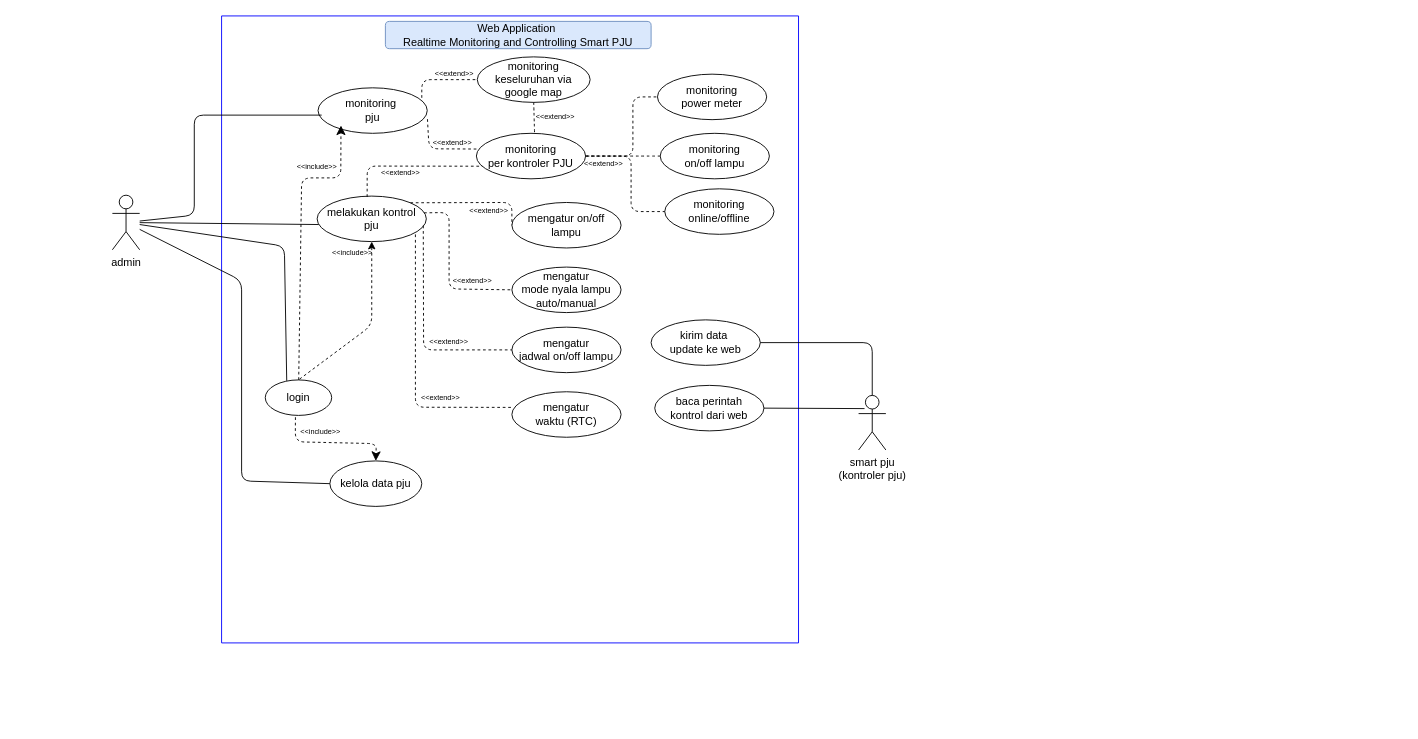
Earlier version of the draw.io diagram smart-pju.drawio (eenattayani/desain). Source tidied: cells renumbered, new cells numbered last; positions are measured from the earlier drawing's top-left corner, leaving out a move shared by most shapes. Both pictures are drawn from the tidied source at 91%, with x=0, y=0 at pixel (112, 15).
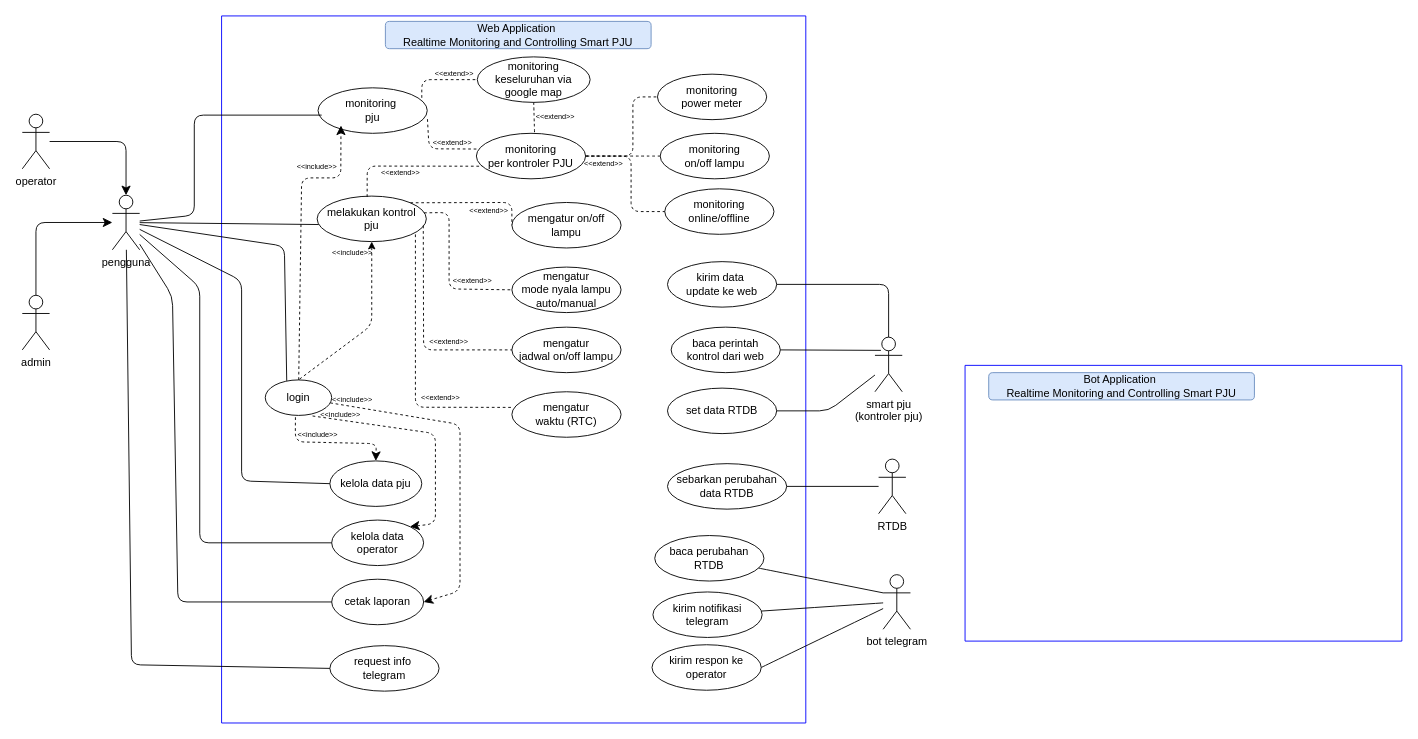
The same diagram, later.

Unchanged cells that the change refers to:
```xml
<mxCell id="4" value="login" style="ellipse;whiteSpace=wrap;html=1;" parent="2" vertex="1">
  <mxGeometry x="48" y="400" width="73" height="39" as="geometry" />
</mxCell>
```

The edit, as a diff of the source:
```diff
@@
     <mxCell id="2" style="swimlane;startSize=0;fillColor=#fff2cc;strokeColor=#0000FF;" parent="1" vertex="1">
-      <mxGeometry x="120" width="634" height="689" as="geometry" />
+      <mxGeometry x="120" width="642" height="777" as="geometry" />
     </mxCell>
@@
+    <mxCell id="53" style="edgeStyle=none;curved=0;rounded=1;jettySize=auto;html=1;entryX=1;entryY=0;entryDx=0;entryDy=0;fontSize=12;startSize=8;endSize=8;dashed=1;exitX=0.712;exitY=1.016;exitDx=0;exitDy=0;exitPerimeter=0;" parent="2" edge="1" source="4" target="56">
+      <mxGeometry relative="1" as="geometry">
+        <Array as="points">
+          <mxPoint x="235" y="459" />
+          <mxPoint x="235" y="558" />
+        </Array>
+      </mxGeometry>
+    </mxCell>
+    <mxCell id="54" style="edgeStyle=none;curved=0;rounded=1;jettySize=auto;html=1;entryX=1;entryY=0.5;entryDx=0;entryDy=0;fontSize=12;startSize=8;endSize=8;dashed=1;" parent="2" edge="1" source="4" target="57">
+      <mxGeometry relative="1" as="geometry">
+        <Array as="points">
+          <mxPoint x="262" y="449" />
+          <mxPoint x="262" y="632" />
+        </Array>
+      </mxGeometry>
+    </mxCell>
@@
     <mxCell id="32" value="kirim data&amp;nbsp;&lt;div&gt;update ke web&lt;/div&gt;" style="ellipse;whiteSpace=wrap;html=1;" parent="2" vertex="1">
-      <mxGeometry x="472" y="334" width="120" height="50" as="geometry" />
+      <mxGeometry x="490" y="270" width="120" height="50" as="geometry" />
     </mxCell>
     <mxCell id="33" value="baca perintah&lt;div&gt;kontrol dari web&lt;/div&gt;" style="ellipse;whiteSpace=wrap;html=1;" parent="2" vertex="1">
-      <mxGeometry x="476" y="406" width="120" height="50" as="geometry" />
+      <mxGeometry x="494" y="342" width="120" height="50" as="geometry" />
     </mxCell>
+    <mxCell id="55" style="edgeStyle=none;curved=0;rounded=1;jettySize=auto;html=1;entryX=1;entryY=0.5;entryDx=0;entryDy=0;fontSize=12;startSize=8;endSize=8;endArrow=none;endFill=0;" parent="2" edge="1" source="34" target="60">
+      <mxGeometry relative="1" as="geometry">
+        <Array as="points">
+          <mxPoint x="667" y="434" />
+        </Array>
+      </mxGeometry>
+    </mxCell>
     <mxCell id="34" value="smart pju&lt;div&gt;(kontroler pju)&lt;/div&gt;" style="shape=umlActor;verticalLabelPosition=bottom;verticalAlign=top;html=1;outlineConnect=0;" parent="2" vertex="1">
-      <mxGeometry x="700" y="417" width="30" height="60" as="geometry" />
+      <mxGeometry x="718" y="353" width="30" height="60" as="geometry" />
     </mxCell>
     <mxCell id="35" style="endArrow=none;html=1;rounded=1;entryX=0.5;entryY=0;entryDx=0;entryDy=0;entryPerimeter=0;exitX=1;exitY=0.5;exitDx=0;exitDy=0;curved=0;" parent="2" edge="1" source="32" target="34">
       <mxGeometry relative="1" as="geometry">
         <Array as="points">
-          <mxPoint x="715" y="359" />
+          <mxPoint x="733" y="295" />
         </Array>
       </mxGeometry>
     </mxCell>
@@
     <mxCell id="47" value="&amp;lt;&amp;lt;include&amp;gt;&amp;gt;" style="text;html=1;align=center;verticalAlign=middle;whiteSpace=wrap;rounded=0;fontSize=8;" parent="2" vertex="1">
-      <mxGeometry x="79" y="452" width="60" height="10" as="geometry" />
+      <mxGeometry x="76" y="455" width="60" height="10" as="geometry" />
     </mxCell>
+    <mxCell id="56" value="kelola data operator" style="ellipse;whiteSpace=wrap;html=1;" parent="2" vertex="1">
+      <mxGeometry x="121" y="554" width="101" height="50" as="geometry" />
+    </mxCell>
+    <mxCell id="57" value="cetak laporan" style="ellipse;whiteSpace=wrap;html=1;" parent="2" vertex="1">
+      <mxGeometry x="121" y="619" width="101" height="50" as="geometry" />
+    </mxCell>
+    <mxCell id="58" value="kirim notifikasi&lt;div&gt;telegram&lt;/div&gt;" style="ellipse;whiteSpace=wrap;html=1;" parent="2" vertex="1">
+      <mxGeometry x="474" y="633" width="120" height="50" as="geometry" />
+    </mxCell>
+    <mxCell id="59" value="request info&amp;nbsp;&lt;div&gt;telegram&lt;/div&gt;" style="ellipse;whiteSpace=wrap;html=1;" parent="2" vertex="1">
+      <mxGeometry x="119" y="692" width="120" height="50" as="geometry" />
+    </mxCell>
+    <mxCell id="60" value="set data RTDB" style="ellipse;whiteSpace=wrap;html=1;" parent="2" vertex="1">
+      <mxGeometry x="490" y="409" width="120" height="50" as="geometry" />
+    </mxCell>
+    <mxCell id="61" value="sebarkan perubahan data RTDB" style="ellipse;whiteSpace=wrap;html=1;" parent="2" vertex="1">
+      <mxGeometry x="490" y="492" width="131" height="50" as="geometry" />
+    </mxCell>
+    <mxCell id="62" value="kirim respon ke operator" style="ellipse;whiteSpace=wrap;html=1;" parent="2" vertex="1">
+      <mxGeometry x="473" y="691" width="120" height="50" as="geometry" />
+    </mxCell>
+    <mxCell id="63" value="baca perubahan RTDB" style="ellipse;whiteSpace=wrap;html=1;" parent="2" vertex="1">
+      <mxGeometry x="476" y="571" width="120" height="50" as="geometry" />
+    </mxCell>
+    <mxCell id="64" value="&amp;lt;&amp;lt;include&amp;gt;&amp;gt;" style="text;html=1;align=center;verticalAlign=middle;whiteSpace=wrap;rounded=0;fontSize=8;" parent="2" vertex="1">
+      <mxGeometry x="114" y="417" width="60" height="10" as="geometry" />
+    </mxCell>
+    <mxCell id="65" value="&amp;lt;&amp;lt;include&amp;gt;&amp;gt;" style="text;html=1;align=center;verticalAlign=middle;whiteSpace=wrap;rounded=0;fontSize=8;" parent="2" vertex="1">
+      <mxGeometry x="101" y="433" width="60" height="10" as="geometry" />
+    </mxCell>
@@
+    <mxCell id="66" style="edgeStyle=none;curved=0;rounded=1;jettySize=auto;html=1;entryX=0;entryY=0.5;entryDx=0;entryDy=0;fontSize=12;startSize=8;endSize=8;endArrow=none;endFill=0;" parent="1" edge="1" source="50" target="56">
+      <mxGeometry relative="1" as="geometry">
+        <Array as="points">
+          <mxPoint x="96" y="298" />
+          <mxPoint x="96" y="579" />
+        </Array>
+      </mxGeometry>
+    </mxCell>
+    <mxCell id="67" style="edgeStyle=none;curved=0;rounded=1;jettySize=auto;html=1;entryX=0;entryY=0.5;entryDx=0;entryDy=0;fontSize=12;startSize=8;endSize=8;endArrow=none;endFill=0;" parent="1" edge="1" source="50" target="57">
+      <mxGeometry relative="1" as="geometry">
+        <Array as="points">
+          <mxPoint x="66" y="308" />
+          <mxPoint x="72" y="644" />
+        </Array>
+      </mxGeometry>
+    </mxCell>
+    <mxCell id="68" style="edgeStyle=none;curved=0;rounded=1;jettySize=auto;html=1;entryX=0;entryY=0.5;entryDx=0;entryDy=0;fontSize=12;startSize=8;endSize=8;endArrow=none;endFill=0;" parent="1" edge="1" source="50" target="59">
+      <mxGeometry relative="1" as="geometry">
+        <Array as="points">
+          <mxPoint x="21" y="713" />
+        </Array>
+      </mxGeometry>
+    </mxCell>
-    <mxCell id="50" value="admin" style="shape=umlActor;verticalLabelPosition=bottom;verticalAlign=top;html=1;outlineConnect=0;" parent="1" vertex="1">
+    <mxCell id="50" value="pengguna" style="shape=umlActor;verticalLabelPosition=bottom;verticalAlign=top;html=1;outlineConnect=0;" parent="1" vertex="1">
       <mxGeometry y="197" width="30" height="60" as="geometry" />
     </mxCell>
@@
+    <mxCell id="69" style="edgeStyle=none;curved=0;rounded=1;jettySize=auto;html=1;fontSize=12;startSize=8;endSize=8;entryX=0.5;entryY=0;entryDx=0;entryDy=0;entryPerimeter=0;" parent="1" edge="1" source="70" target="50">
+      <mxGeometry relative="1" as="geometry">
+        <Array as="points">
+          <mxPoint x="15" y="138" />
+        </Array>
+      </mxGeometry>
+    </mxCell>
+    <mxCell id="70" value="operator" style="shape=umlActor;verticalLabelPosition=bottom;verticalAlign=top;html=1;outlineConnect=0;" parent="1" vertex="1">
+      <mxGeometry x="-99" y="108" width="30" height="60" as="geometry" />
+    </mxCell>
+    <mxCell id="71" style="edgeStyle=none;curved=0;rounded=1;jettySize=auto;html=1;fontSize=12;startSize=8;endSize=8;" parent="1" edge="1" source="72" target="50">
+      <mxGeometry relative="1" as="geometry">
+        <Array as="points">
+          <mxPoint x="-84" y="227" />
+        </Array>
+      </mxGeometry>
+    </mxCell>
+    <mxCell id="72" value="admin" style="shape=umlActor;verticalLabelPosition=bottom;verticalAlign=top;html=1;outlineConnect=0;" parent="1" vertex="1">
+      <mxGeometry x="-99" y="307" width="30" height="60" as="geometry" />
+    </mxCell>
+    <mxCell id="73" style="edgeStyle=none;curved=1;rounded=0;jettySize=auto;html=1;fontSize=12;startSize=8;endSize=8;endArrow=none;endFill=0;" parent="1" edge="1" source="74" target="58">
+      <mxGeometry relative="1" as="geometry" />
+    </mxCell>
+    <mxCell id="74" value="bot telegram" style="shape=umlActor;verticalLabelPosition=bottom;verticalAlign=top;html=1;outlineConnect=0;" parent="1" vertex="1">
+      <mxGeometry x="847" y="614" width="30" height="60" as="geometry" />
+    </mxCell>
+    <mxCell id="75" value="RTDB" style="shape=umlActor;verticalLabelPosition=bottom;verticalAlign=top;html=1;outlineConnect=0;" parent="1" vertex="1">
+      <mxGeometry x="842" y="487" width="30" height="60" as="geometry" />
+    </mxCell>
+    <mxCell id="76" style="swimlane;startSize=0;fillColor=#fff2cc;strokeColor=#0000FF;" parent="1" vertex="1">
+      <mxGeometry x="937" y="384" width="480" height="303" as="geometry" />
+    </mxCell>
+    <mxCell id="77" value="Bot Application&amp;nbsp;&lt;div&gt;Realtime Monitoring and Controlling Smart PJU&lt;/div&gt;" style="text;html=1;align=center;verticalAlign=middle;whiteSpace=wrap;rounded=1;fillColor=#dae8fc;strokeColor=#6c8ebf;fillStyle=solid;gradientColor=none;perimeterSpacing=0;strokeWidth=1;spacingTop=1;spacingBottom=1;" parent="76" vertex="1">
+      <mxGeometry x="26" y="8" width="292" height="30" as="geometry" />
+    </mxCell>
+    <mxCell id="78" style="edgeStyle=none;curved=0;rounded=1;jettySize=auto;html=1;fontSize=12;startSize=8;endSize=8;endArrow=none;endFill=0;" parent="1" edge="1" source="61" target="75">
+      <mxGeometry relative="1" as="geometry" />
+    </mxCell>
+    <mxCell id="79" style="edgeStyle=none;curved=1;rounded=0;jettySize=auto;html=1;fontSize=12;startSize=8;endSize=8;endArrow=none;endFill=0;exitX=1;exitY=0.5;exitDx=0;exitDy=0;" parent="1" edge="1" source="62" target="74">
+      <mxGeometry relative="1" as="geometry" />
+    </mxCell>
+    <mxCell id="80" style="edgeStyle=none;curved=1;rounded=0;jettySize=auto;html=1;entryX=0;entryY=0.3333333333333333;entryDx=0;entryDy=0;entryPerimeter=0;fontSize=12;startSize=8;endSize=8;endArrow=none;endFill=0;" parent="1" edge="1" source="63" target="74">
+      <mxGeometry relative="1" as="geometry" />
+    </mxCell>
```
